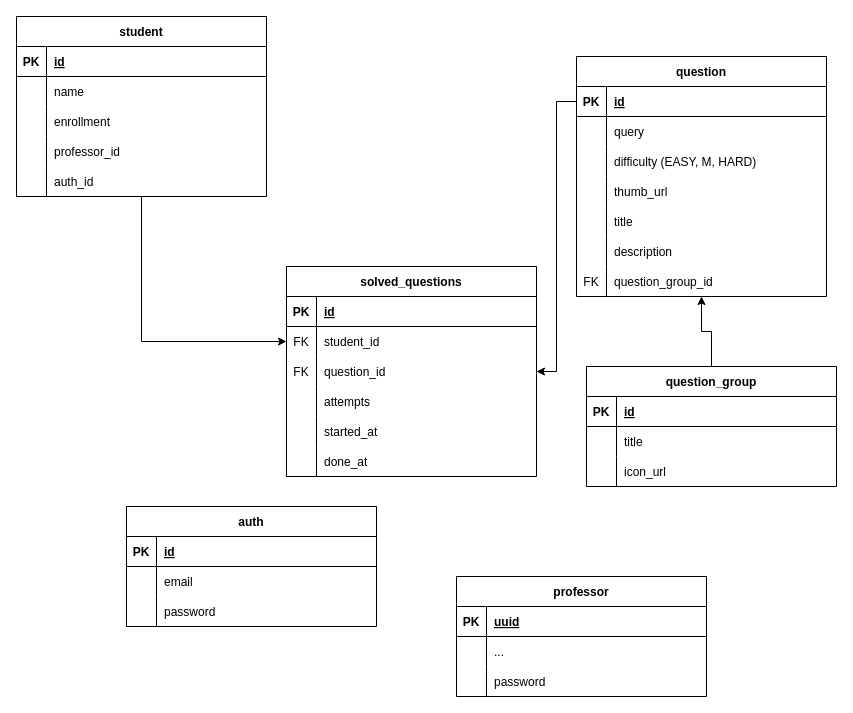
jnaps12/Diagramas keeps this draw.io diagram as learning_queries.drawio. Above is the earlier version. Source tidied: cells renumbered, new cells numbered last; positions are measured from the earlier drawing's top-left corner, leaving out a move shared by most shapes. Both pictures are drawn from the tidied source at 100%, with x=0, y=0 at pixel (16, 16).
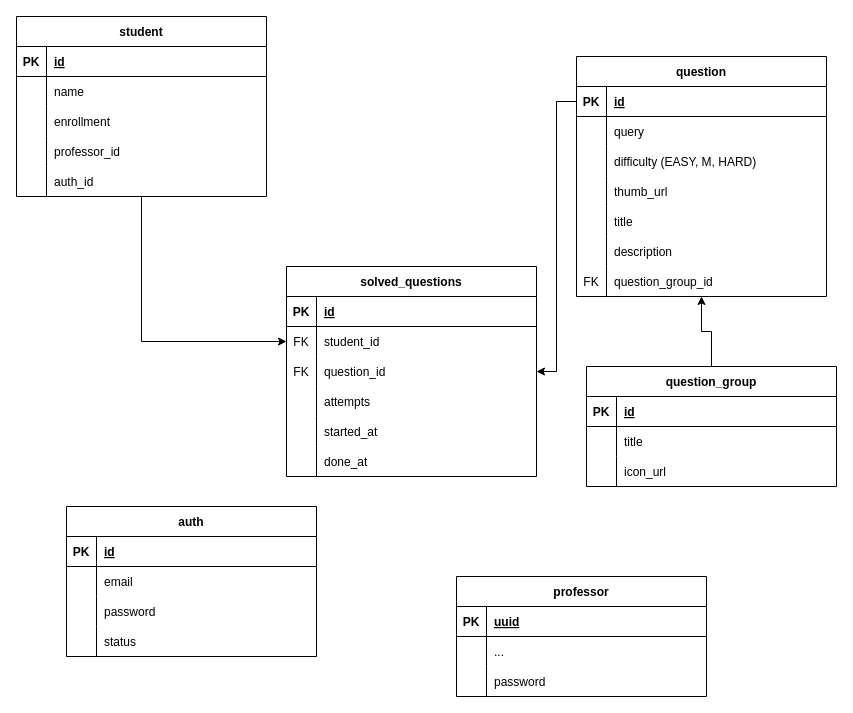
Above is the later version.

What changed in the source:
```diff
@@
     <mxCell id="72" value="auth" style="shape=table;startSize=30;childLayout=tableLayout;rowLines=0;fontStyle=1;align=center;" parent="1" vertex="1">
-      <mxGeometry x="110" y="490" width="250" height="120" as="geometry" />
+      <mxGeometry x="50" y="490" width="250" height="150" as="geometry" />
     </mxCell>
@@
+    <mxCell id="92" style="shape=partialRectangle;fillColor=none;top=0;left=0;right=0;bottom=0;" parent="72" vertex="1">
+      <mxGeometry y="120" width="250" height="30" as="geometry" />
+    </mxCell>
+    <mxCell id="93" style="shape=partialRectangle;overflow=hidden;fillColor=none;top=0;left=0;bottom=0;right=0;" parent="92" vertex="1">
+      <mxGeometry width="30" height="30" as="geometry" />
+    </mxCell>
+    <mxCell id="94" value="status" style="shape=partialRectangle;overflow=hidden;fillColor=none;top=0;left=0;bottom=0;right=0;align=left;spacingLeft=6;" parent="92" vertex="1">
+      <mxGeometry x="30" width="220" height="30" as="geometry" />
+    </mxCell>
```
